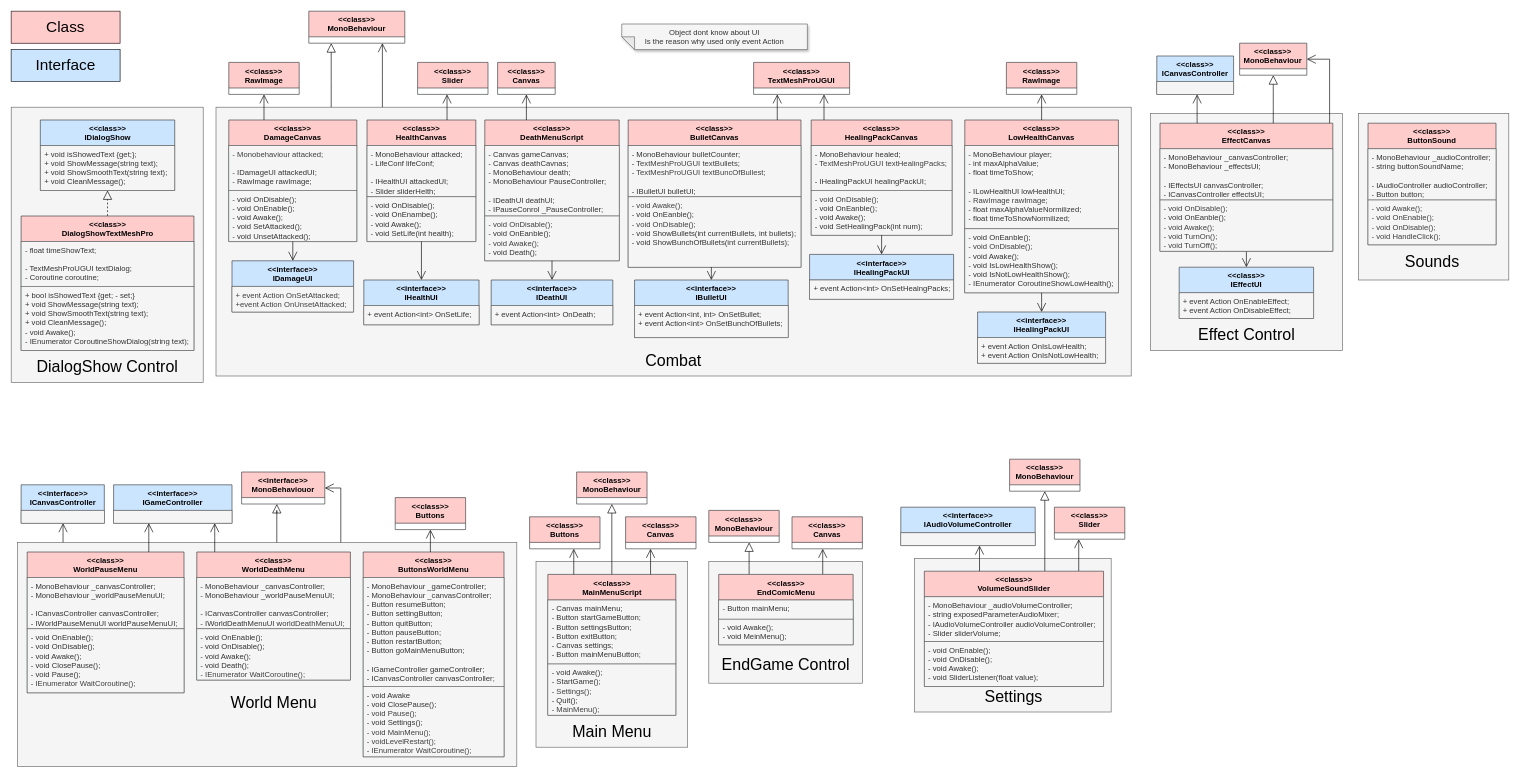
This is doc/Class_Diagram_UI.drawio from OGecgo/TheCatCult, a draw.io file, before an edit. Source tidied: cells renumbered, new cells numbered last; positions are measured from the earlier drawing's top-left corner, leaving out a move shared by most shapes. Both pictures are drawn from the tidied source at 64%, with x=0, y=0 at pixel (11, 11).
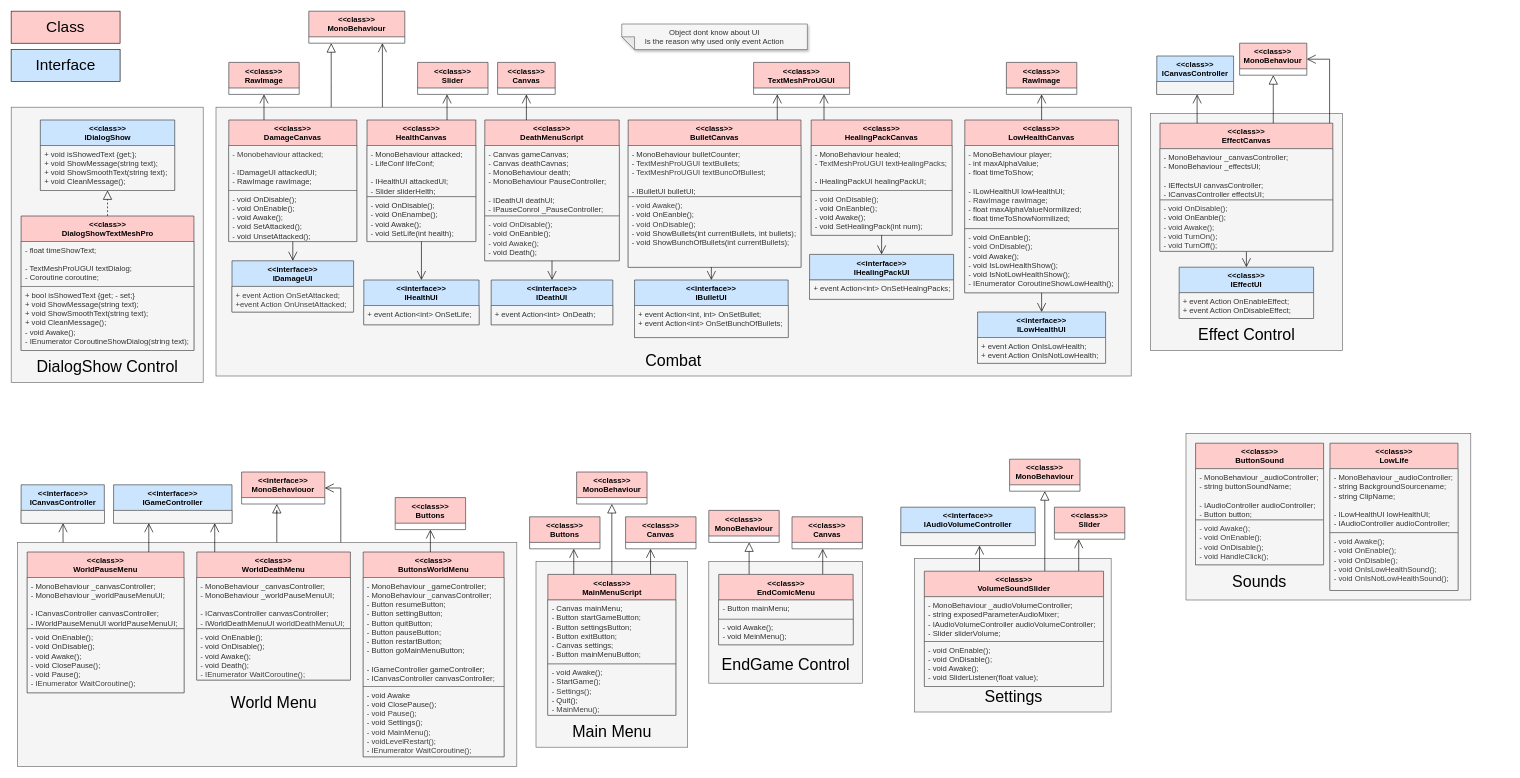
The same diagram, later.

What changed in the source:
```diff
@@
     <mxCell id="2" style="rounded=0;whiteSpace=wrap;html=1;fillColor=#f5f5f5;fontColor=#333333;strokeColor=#666666;" parent="1" vertex="1">
-      <mxGeometry x="2105" y="160" width="235" height="260" as="geometry" />
+      <mxGeometry x="1835.6" y="660" width="445" height="260" as="geometry" />
     </mxCell>
@@
-    <mxCell id="124" value="&lt;div&gt;&amp;lt;&amp;lt;interface&amp;gt;&amp;gt;&lt;/div&gt;&lt;div&gt;IHealingPackUI&lt;/div&gt;" style="swimlane;fontStyle=1;align=center;verticalAlign=top;horizontal=1;startSize=40;whiteSpace=wrap;html=1;fillColor=#cce5ff;strokeColor=#36393d;" parent="1" vertex="1">
+    <mxCell id="124" value="&lt;div&gt;&amp;lt;&amp;lt;interface&amp;gt;&amp;gt;&lt;/div&gt;&lt;div&gt;ILowHealthUI&lt;/div&gt;" style="swimlane;fontStyle=1;align=center;verticalAlign=top;horizontal=1;startSize=40;whiteSpace=wrap;html=1;fillColor=#cce5ff;strokeColor=#36393d;" parent="1" vertex="1">
       <mxGeometry x="1510" y="470" width="200" height="80" as="geometry" />
     </mxCell>
@@
     <mxCell id="140" value="&lt;div&gt;&amp;lt;&amp;lt;class&amp;gt;&amp;gt;&lt;/div&gt;&lt;div&gt;ButtonSound&lt;/div&gt;" style="swimlane;fontStyle=1;align=center;verticalAlign=top;horizontal=1;startSize=40;whiteSpace=wrap;html=1;fillColor=#ffcccc;strokeColor=#36393d;" parent="1" vertex="1">
-      <mxGeometry x="2120" y="175" width="200" height="190" as="geometry" />
+      <mxGeometry x="1850.6" y="675" width="200" height="190" as="geometry" />
     </mxCell>
@@
     <mxCell id="143" value="Sounds" style="text;html=1;align=center;verticalAlign=middle;whiteSpace=wrap;rounded=0;fontSize=25;" parent="1" vertex="1">
-      <mxGeometry x="2125.6" y="375" width="188.8" height="30" as="geometry" />
+      <mxGeometry x="1856.3" y="875" width="188.8" height="30" as="geometry" />
     </mxCell>
+    <mxCell id="144" value="&lt;div&gt;&amp;lt;&amp;lt;class&amp;gt;&amp;gt;&lt;/div&gt;&lt;div&gt;LowLife&lt;/div&gt;" style="swimlane;fontStyle=1;align=center;verticalAlign=top;horizontal=1;startSize=40;whiteSpace=wrap;html=1;fillColor=#ffcccc;strokeColor=#36393d;" parent="1" vertex="1">
+      <mxGeometry x="2060.6" y="675" width="200" height="230" as="geometry" />
+    </mxCell>
+    <mxCell id="145" value="&lt;div&gt;&lt;font color=&quot;#333333&quot;&gt;- MonoBehaviour _audioController;&lt;/font&gt;&lt;/div&gt;&lt;div&gt;&lt;font color=&quot;#333333&quot;&gt;- string BackgroundSourcename;&lt;/font&gt;&lt;/div&gt;&lt;div&gt;&lt;font color=&quot;#333333&quot;&gt;- string ClipName;&lt;/font&gt;&lt;/div&gt;&lt;div&gt;&lt;font color=&quot;#333333&quot;&gt;&lt;br&gt;&lt;/font&gt;&lt;/div&gt;&lt;div&gt;&lt;font color=&quot;#333333&quot;&gt;- ILowHealthUI lowHealthUI;&lt;/font&gt;&lt;/div&gt;&lt;div&gt;&lt;font color=&quot;#333333&quot;&gt;- IAudioController audioController;&lt;/font&gt;&lt;/div&gt;" style="text;align=left;verticalAlign=top;spacingLeft=4;spacingRight=4;overflow=hidden;whiteSpace=wrap;html=1;fillColor=#f5f5f5;fontColor=#333333;strokeColor=#666666;" parent="144" vertex="1">
+      <mxGeometry y="40" width="200" height="100" as="geometry" />
+    </mxCell>
+    <mxCell id="146" value="&lt;div style=&quot;scrollbar-color: rgb(226, 226, 226) rgb(251, 251, 251); color: rgb(63, 63, 63);&quot;&gt;- void Awake();&lt;/div&gt;&lt;div style=&quot;scrollbar-color: rgb(226, 226, 226) rgb(251, 251, 251); color: rgb(63, 63, 63);&quot;&gt;- void OnEnable();&lt;/div&gt;&lt;div style=&quot;scrollbar-color: rgb(226, 226, 226) rgb(251, 251, 251); color: rgb(63, 63, 63);&quot;&gt;- void OnDisable();&lt;/div&gt;&lt;div style=&quot;scrollbar-color: rgb(226, 226, 226) rgb(251, 251, 251); color: rgb(63, 63, 63);&quot;&gt;- void OnIsLowHealthSound();&lt;/div&gt;&lt;div style=&quot;scrollbar-color: rgb(226, 226, 226) rgb(251, 251, 251); color: rgb(63, 63, 63);&quot;&gt;&lt;span style=&quot;color: rgb(63, 63, 63);&quot;&gt;- void OnIsNotLowHealthSound();&lt;/span&gt;&lt;/div&gt;" style="text;align=left;verticalAlign=top;spacingLeft=4;spacingRight=4;overflow=hidden;whiteSpace=wrap;html=1;fillColor=#f5f5f5;fontColor=#333333;strokeColor=#666666;" parent="144" vertex="1">
+      <mxGeometry y="140" width="200" height="90" as="geometry" />
+    </mxCell>
```
